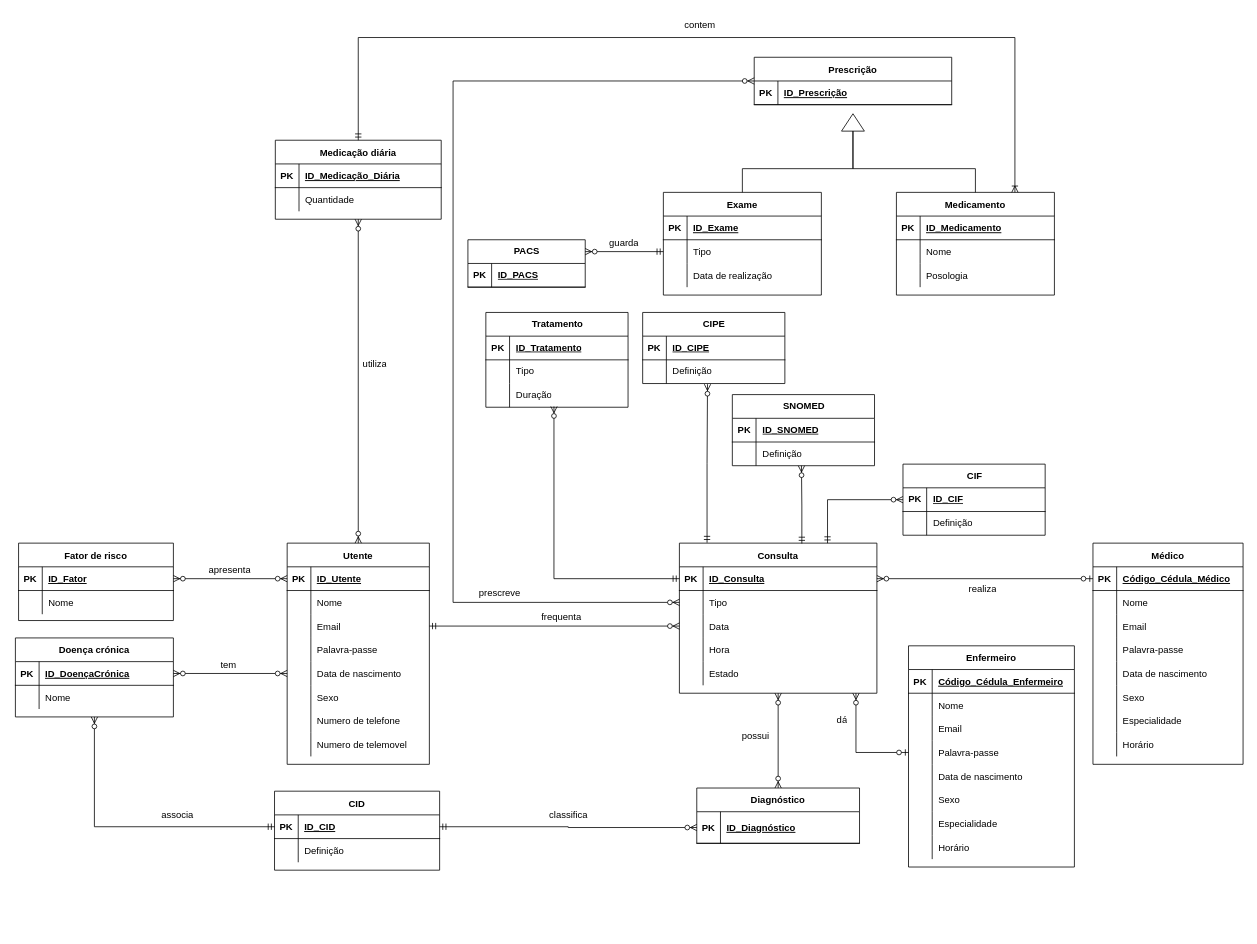
Earlier version of the draw.io diagram Diagramas/ER/informacao_clinica.drawio (xaloftal/RCE). Source tidied: cells renumbered, new cells numbered last; positions are measured from the earlier drawing's top-left corner, leaving out a move shared by most shapes. Both pictures are drawn from the tidied source at 79%, with x=0, y=0 at pixel (15, 13).
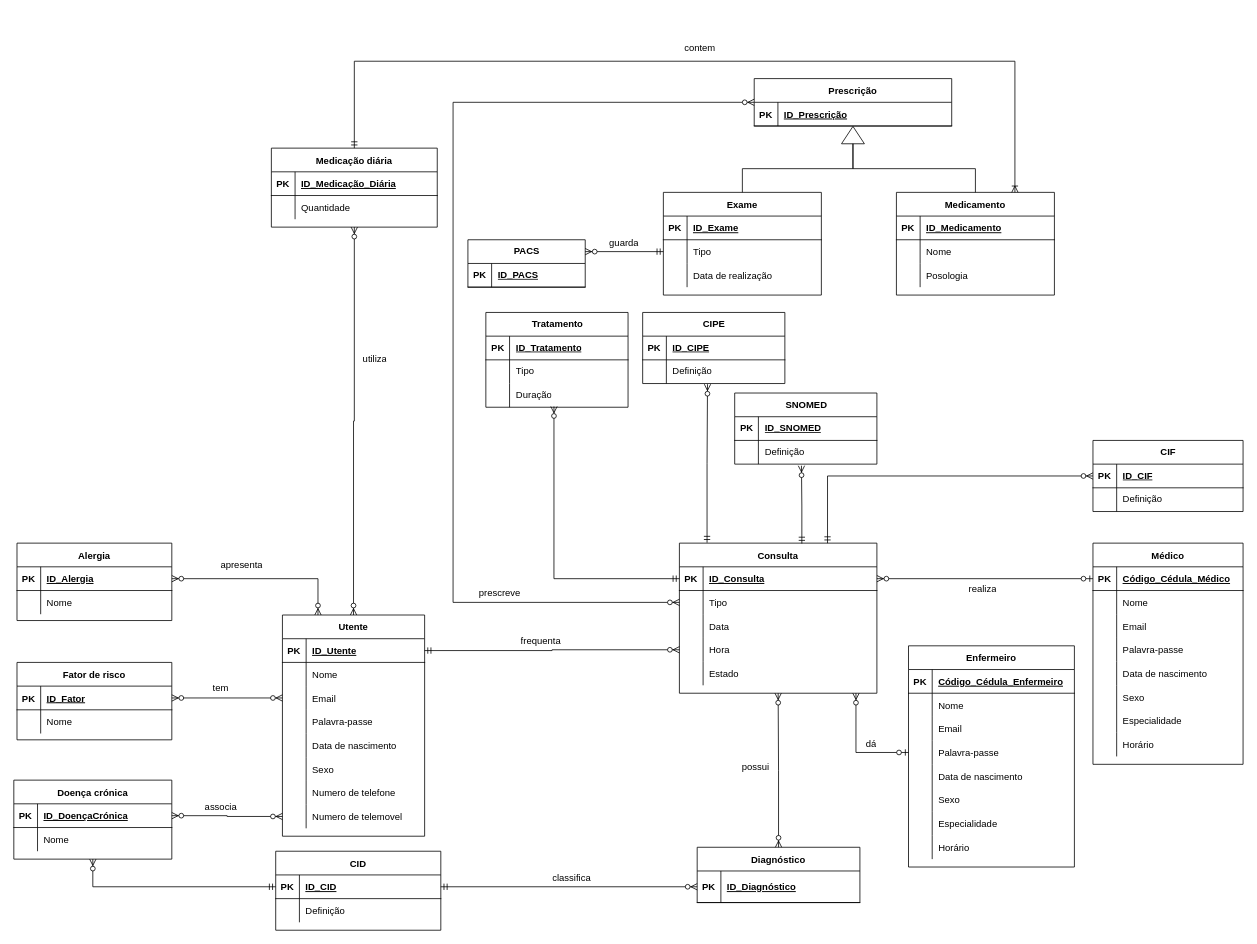
The same page after the edit.

Commit message (it also covers changes not shown here):
diagramas informacao clinica

Unchanged cells that the change refers to:
```xml
<mxCell id="14" style="shape=partialRectangle;fillColor=none;points=[[0,0.5],[1,0.5]];portConstraint=eastwest;top=0;left=0;right=0;bottom=1;" parent="13" vertex="1">
  <mxGeometry y="30" width="200" height="30" as="geometry" />
</mxCell>
<mxCell id="21" style="shape=partialRectangle;fillColor=none;points=[[0,0.5],[1,0.5]];portConstraint=eastwest;top=0;left=0;right=0;bottom=1;" parent="20" vertex="1">
  <mxGeometry y="30" width="180" height="30" as="geometry" />
</mxCell>
<mxCell id="27" style="shape=tableRow;horizontal=0;startSize=0;swimlaneHead=0;swimlaneBody=0;fillColor=none;points=[[0,0.5],[1,0.5]];portConstraint=eastwest;top=0;left=0;right=0;bottom=0;" parent="20" vertex="1">
  <mxGeometry y="90" width="180" height="30" as="geometry" />
</mxCell>
<mxCell id="33" style="shape=tableRow;horizontal=0;startSize=0;swimlaneHead=0;swimlaneBody=0;fillColor=none;points=[[0,0.5],[1,0.5]];portConstraint=eastwest;top=0;left=0;right=0;bottom=0;" parent="20" vertex="1">
  <mxGeometry y="150" width="180" height="30" as="geometry" />
</mxCell>
<mxCell id="42" style="shape=tableRow;horizontal=0;startSize=0;swimlaneHead=0;swimlaneBody=0;fillColor=none;points=[[0,0.5],[1,0.5]];portConstraint=eastwest;top=0;left=0;right=0;bottom=0;" parent="20" vertex="1">
  <mxGeometry y="240" width="180" height="30" as="geometry" />
</mxCell>
<mxCell id="46" style="shape=partialRectangle;fillColor=none;points=[[0,0.5],[1,0.5]];portConstraint=eastwest;top=0;left=0;right=0;bottom=1;" parent="45" vertex="1">
  <mxGeometry y="30" width="196" height="30" as="geometry" />
</mxCell>
<mxCell id="56" style="shape=partialRectangle;fillColor=none;points=[[0,0.5],[1,0.5]];portConstraint=eastwest;top=0;left=0;right=0;bottom=0;" parent="52" vertex="1">
  <mxGeometry y="60" width="250" height="30" as="geometry" />
</mxCell>
<mxCell id="59" style="shape=tableRow;horizontal=0;startSize=0;swimlaneHead=0;swimlaneBody=0;fillColor=none;points=[[0,0.5],[1,0.5]];portConstraint=eastwest;top=0;left=0;right=0;bottom=0;" parent="52" vertex="1">
  <mxGeometry y="90" width="250" height="30" as="geometry" />
</mxCell>
<mxCell id="62" style="shape=tableRow;horizontal=0;startSize=0;swimlaneHead=0;swimlaneBody=0;fillColor=none;points=[[0,0.5],[1,0.5]];portConstraint=eastwest;top=0;left=0;right=0;bottom=0;" parent="52" vertex="1">
  <mxGeometry y="120" width="250" height="30" as="geometry" />
</mxCell>
<mxCell id="69" style="shape=partialRectangle;fillColor=none;points=[[0,0.5],[1,0.5]];portConstraint=eastwest;top=0;left=0;right=0;bottom=1;" parent="68" vertex="1">
  <mxGeometry y="30" width="206" height="40" as="geometry" />
</mxCell>
<mxCell id="72" value="Medicamento" style="shape=table;startSize=30;childLayout=tableLayout;rowLines=0;fontStyle=1;align=center;" parent="1" vertex="1">
  <mxGeometry x="1115.2" y="226" width="200" height="130" as="geometry" />
</mxCell>
<mxCell id="166" style="shape=partialRectangle;fillColor=none;points=[[0,0.5],[1,0.5]];portConstraint=eastwest;top=0;left=0;right=0;bottom=1;" parent="165" vertex="1">
  <mxGeometry y="30" width="209" height="30" as="geometry" />
</mxCell>
```

Change to the diagram source:
```diff
@@
     <mxCell id="2" value="Prescrição" style="shape=table;startSize=30;childLayout=tableLayout;rowLines=0;fontStyle=1;align=center;" parent="1" vertex="1">
-      <mxGeometry x="935.2" y="55" width="250" height="60" as="geometry" />
+      <mxGeometry x="935.2" y="82" width="250" height="60" as="geometry" />
     </mxCell>
@@
     <mxCell id="6" value="Medicação diária" style="shape=table;startSize=30;childLayout=tableLayout;rowLines=0;fontStyle=1;align=center;" parent="1" vertex="1">
-      <mxGeometry x="329" y="160" width="210" height="100" as="geometry" />
+      <mxGeometry x="324" y="170" width="210" height="100" as="geometry" />
     </mxCell>
@@
     <mxCell id="13" value="Doença crónica" style="shape=table;startSize=30;childLayout=tableLayout;rowLines=0;fontStyle=1;align=center;" parent="1" vertex="1">
-      <mxGeometry y="790" width="200" height="100" as="geometry" />
+      <mxGeometry x="-2" y="970" width="200" height="100" as="geometry" />
     </mxCell>
@@
     <mxCell id="20" value="Utente" style="shape=table;startSize=30;childLayout=tableLayout;rowLines=0;fontStyle=1;align=center;" parent="1" vertex="1">
-      <mxGeometry x="344" y="670" width="180" height="280" as="geometry" />
+      <mxGeometry x="338" y="761" width="180" height="280" as="geometry" />
     </mxCell>
@@
     <mxCell id="45" value="Fator de risco" style="shape=table;startSize=30;childLayout=tableLayout;rowLines=0;fontStyle=1;align=center;" parent="1" vertex="1">
-      <mxGeometry x="4" y="670" width="196" height="98" as="geometry" />
+      <mxGeometry x="2" y="821" width="196" height="98" as="geometry" />
     </mxCell>
@@
     <mxCell id="68" value="Diagnóstico" style="shape=table;startSize=30;childLayout=tableLayout;rowLines=0;fontStyle=1;align=center;" parent="1" vertex="1">
-      <mxGeometry x="862.5" y="980" width="206" height="70" as="geometry" />
+      <mxGeometry x="863" y="1055" width="206" height="70" as="geometry" />
     </mxCell>
@@
-    <mxCell id="145" style="edgeStyle=orthogonalEdgeStyle;fontSize=12;html=1;endArrow=ERzeroToMany;startArrow=ERmandOne;rounded=0;exitX=1;exitY=0.5;exitDx=0;exitDy=0;entryX=0;entryY=0.5;entryDx=0;entryDy=0;" parent="1" edge="1" source="27" target="59">
+    <mxCell id="145" style="edgeStyle=orthogonalEdgeStyle;fontSize=12;html=1;endArrow=ERzeroToMany;startArrow=ERmandOne;rounded=0;exitX=1;exitY=0.5;exitDx=0;exitDy=0;entryX=0;entryY=0.5;entryDx=0;entryDy=0;" parent="1" edge="1" source="21" target="62">
       <mxGeometry relative="1" as="geometry" />
     </mxCell>
-    <mxCell id="146" style="edgeStyle=orthogonalEdgeStyle;fontSize=12;html=1;endArrow=ERzeroToMany;endFill=1;startArrow=ERzeroToMany;rounded=0;exitX=1;exitY=0.5;exitDx=0;exitDy=0;entryX=0;entryY=0.5;entryDx=0;entryDy=0;" parent="1" edge="1" source="14" target="33">
+    <mxCell id="146" style="edgeStyle=orthogonalEdgeStyle;fontSize=12;html=1;endArrow=ERzeroToMany;endFill=1;startArrow=ERzeroToMany;rounded=0;exitX=1;exitY=0.5;exitDx=0;exitDy=0;entryX=0;entryY=0.5;entryDx=0;entryDy=0;" parent="1" edge="1" source="14" target="42">
       <mxGeometry relative="1" as="geometry" />
     </mxCell>
-    <mxCell id="147" style="edgeStyle=orthogonalEdgeStyle;fontSize=12;html=1;endArrow=ERzeroToMany;endFill=1;startArrow=ERzeroToMany;rounded=0;entryX=0.5;entryY=1;entryDx=0;entryDy=0;exitX=0.5;exitY=0;exitDx=0;exitDy=0;" parent="1" edge="1" source="20" target="6">
-      <mxGeometry relative="1" as="geometry">
-        <Array as="points">
-          <mxPoint x="434" y="260" />
-        </Array>
-      </mxGeometry>
+    <mxCell id="147" style="edgeStyle=orthogonalEdgeStyle;fontSize=12;html=1;endArrow=ERzeroToMany;endFill=1;startArrow=ERzeroToMany;rounded=0;exitX=0.5;exitY=0;exitDx=0;exitDy=0;entryX=0.5;entryY=1;entryDx=0;entryDy=0;" parent="1" edge="1" source="20" target="6">
+      <mxGeometry relative="1" as="geometry" />
     </mxCell>
-    <mxCell id="148" style="edgeStyle=orthogonalEdgeStyle;fontSize=12;html=1;endArrow=ERzeroToMany;endFill=1;startArrow=ERzeroToMany;rounded=0;exitX=0;exitY=0.5;exitDx=0;exitDy=0;entryX=1;entryY=0.5;entryDx=0;entryDy=0;" parent="1" edge="1" source="21" target="46">
+    <mxCell id="148" style="edgeStyle=orthogonalEdgeStyle;fontSize=12;html=1;endArrow=ERzeroToMany;endFill=1;startArrow=ERzeroToMany;rounded=0;exitX=0;exitY=0.5;exitDx=0;exitDy=0;entryX=1;entryY=0.5;entryDx=0;entryDy=0;" parent="1" edge="1" source="27" target="46">
       <mxGeometry relative="1" as="geometry" />
     </mxCell>
     <mxCell id="149" style="edgeStyle=orthogonalEdgeStyle;fontSize=12;html=1;endArrow=ERzeroToMany;endFill=1;startArrow=ERzeroToMany;rounded=0;exitX=0;exitY=0.5;exitDx=0;exitDy=0;entryX=0;entryY=0.5;entryDx=0;entryDy=0;" parent="1" edge="1" source="56" target="2">
       <mxGeometry relative="1" as="geometry">
         <Array as="points">
           <mxPoint x="554" y="745" />
-          <mxPoint x="554" y="85" />
+          <mxPoint x="554" y="112" />
         </Array>
       </mxGeometry>
     </mxCell>
     <mxCell id="150" style="triangle;whiteSpace=wrap;html=1;rotation=-90;" parent="1" vertex="1">
-      <mxGeometry x="1049.2" y="123" width="22" height="29" as="geometry" />
+      <mxGeometry x="1049.2" y="139" width="22" height="29" as="geometry" />
     </mxCell>
@@
     <mxCell id="153" style="edgeStyle=orthogonalEdgeStyle;fontSize=12;html=1;endArrow=ERoneToMany;startArrow=ERmandOne;rounded=0;exitX=0.5;exitY=0;exitDx=0;exitDy=0;entryX=0.75;entryY=0;entryDx=0;entryDy=0;" parent="1" edge="1" source="6" target="72">
       <mxGeometry relative="1" as="geometry">
         <Array as="points">
-          <mxPoint x="434" y="30" />
-          <mxPoint x="1265" y="30" />
+          <mxPoint x="429" y="60" />
+          <mxPoint x="1265" y="60" />
         </Array>
       </mxGeometry>
     </mxCell>
@@
     <mxCell id="165" value="CID" style="shape=table;startSize=30;childLayout=tableLayout;rowLines=0;fontStyle=1;align=center;" parent="1" vertex="1">
-      <mxGeometry x="328" y="984" width="209" height="100" as="geometry" />
+      <mxGeometry x="329.5" y="1060" width="209" height="100" as="geometry" />
     </mxCell>
@@
     <mxCell id="172" style="edgeStyle=orthogonalEdgeStyle;fontSize=12;html=1;endArrow=ERzeroToMany;startArrow=ERmandOne;rounded=0;entryX=0;entryY=0.5;entryDx=0;entryDy=0;exitX=1;exitY=0.5;exitDx=0;exitDy=0;" parent="1" edge="1" source="166" target="69">
-      <mxGeometry relative="1" as="geometry" />
+      <mxGeometry relative="1" as="geometry">
+        <Array as="points">
+          <mxPoint x="863" y="1105" />
+        </Array>
+      </mxGeometry>
     </mxCell>
@@
     <mxCell id="180" value="SNOMED" style="shape=table;startSize=30;childLayout=tableLayout;rowLines=0;fontStyle=1;align=center;html=1;" parent="1" vertex="1">
-      <mxGeometry x="907.5" y="482" width="180" height="90" as="geometry" />
+      <mxGeometry x="910.5" y="480" width="180" height="90" as="geometry" />
     </mxCell>
@@
     <mxCell id="194" value="CIF" style="shape=table;startSize=30;childLayout=tableLayout;rowLines=0;fontStyle=1;align=center;html=1;" parent="1" vertex="1">
-      <mxGeometry x="1123.5" y="570" width="180" height="90" as="geometry" />
+      <mxGeometry x="1364" y="540" width="190" height="90" as="geometry" />
     </mxCell>
     <mxCell id="195" style="shape=tableRow;horizontal=0;startSize=0;swimlaneHead=0;swimlaneBody=0;fillColor=none;points=[[0,0.5],[1,0.5]];portConstraint=eastwest;top=0;left=0;right=0;bottom=1;" parent="194" vertex="1">
-      <mxGeometry y="30" width="180" height="30" as="geometry" />
+      <mxGeometry y="30" width="190" height="30" as="geometry" />
     </mxCell>
@@
     <mxCell id="197" value="ID_CIF" style="shape=partialRectangle;fillColor=none;top=0;left=0;bottom=0;right=0;align=left;spacingLeft=6;fontStyle=5;overflow=hidden;whiteSpace=wrap;html=1;" parent="195" vertex="1">
-      <mxGeometry x="30" width="150" height="30" as="geometry" />
+      <mxGeometry x="30" width="160" height="30" as="geometry" />
     </mxCell>
     <mxCell id="198" style="shape=tableRow;horizontal=0;startSize=0;swimlaneHead=0;swimlaneBody=0;fillColor=none;top=0;left=0;right=0;bottom=0;" parent="194" vertex="1">
-      <mxGeometry y="60" width="180" height="30" as="geometry" />
+      <mxGeometry y="60" width="190" height="30" as="geometry" />
     </mxCell>
@@
     <mxCell id="200" value="Definição" style="shape=partialRectangle;fillColor=none;top=0;left=0;bottom=0;right=0;align=left;spacingLeft=6;overflow=hidden;whiteSpace=wrap;html=1;" parent="198" vertex="1">
-      <mxGeometry x="30" width="150" height="30" as="geometry" />
+      <mxGeometry x="30" width="160" height="30" as="geometry" />
     </mxCell>
@@
     <mxCell id="202" value="frequenta" style="text;strokeColor=none;fillColor=none;spacingLeft=4;spacingRight=4;overflow=hidden;fontSize=12;whiteSpace=wrap;html=1;" parent="1" vertex="1">
-      <mxGeometry x="659.5" y="750" width="70" height="30" as="geometry" />
+      <mxGeometry x="634" y="780" width="70" height="30" as="geometry" />
     </mxCell>
     <mxCell id="203" value="dá" style="text;strokeColor=none;fillColor=none;spacingLeft=4;spacingRight=4;overflow=hidden;fontSize=12;whiteSpace=wrap;html=1;" parent="1" vertex="1">
-      <mxGeometry x="1034" y="880" width="70" height="30" as="geometry" />
+      <mxGeometry x="1071.2" y="910" width="70" height="30" as="geometry" />
     </mxCell>
     <mxCell id="204" value="possui" style="text;strokeColor=none;fillColor=none;spacingLeft=4;spacingRight=4;overflow=hidden;fontSize=12;whiteSpace=wrap;html=1;" parent="1" vertex="1">
-      <mxGeometry x="914" y="900" width="60" height="30" as="geometry" />
+      <mxGeometry x="914" y="940" width="60" height="30" as="geometry" />
     </mxCell>
     <mxCell id="205" value="contem" style="text;strokeColor=none;fillColor=none;spacingLeft=4;spacingRight=4;overflow=hidden;fontSize=12;whiteSpace=wrap;html=1;" parent="1" vertex="1">
-      <mxGeometry x="840.5" width="60" height="30" as="geometry" />
+      <mxGeometry x="840.5" y="30" width="60" height="30" as="geometry" />
     </mxCell>
     <mxCell id="206" value="utiliza" style="text;strokeColor=none;fillColor=none;spacingLeft=4;spacingRight=4;overflow=hidden;fontSize=12;whiteSpace=wrap;html=1;" parent="1" vertex="1">
-      <mxGeometry x="434" y="430" width="40" height="30" as="geometry" />
+      <mxGeometry x="434" y="423" width="40" height="30" as="geometry" />
     </mxCell>
     <mxCell id="207" value="apresenta" style="text;strokeColor=none;fillColor=none;spacingLeft=4;spacingRight=4;overflow=hidden;fontSize=12;whiteSpace=wrap;html=1;" parent="1" vertex="1">
-      <mxGeometry x="239" y="690" width="70" height="30" as="geometry" />
+      <mxGeometry x="254" y="684" width="70" height="30" as="geometry" />
     </mxCell>
@@
     <mxCell id="210" value="tem" style="text;strokeColor=none;fillColor=none;spacingLeft=4;spacingRight=4;overflow=hidden;fontSize=12;whiteSpace=wrap;html=1;" parent="1" vertex="1">
-      <mxGeometry x="254" y="810" width="40" height="30" as="geometry" />
+      <mxGeometry x="244" y="840" width="40" height="30" as="geometry" />
     </mxCell>
@@
     <mxCell id="212" value="classifica" style="text;strokeColor=none;fillColor=none;spacingLeft=4;spacingRight=4;overflow=hidden;fontSize=12;whiteSpace=wrap;html=1;" parent="1" vertex="1">
-      <mxGeometry x="669.5" y="1000" width="60" height="30" as="geometry" />
+      <mxGeometry x="674" y="1080" width="60" height="30" as="geometry" />
     </mxCell>
@@
     <mxCell id="214" value="associa" style="text;strokeColor=none;fillColor=none;spacingLeft=4;spacingRight=4;overflow=hidden;fontSize=12;whiteSpace=wrap;html=1;" parent="1" vertex="1">
-      <mxGeometry x="179" y="1000" width="60" height="30" as="geometry" />
+      <mxGeometry x="234" y="990" width="60" height="30" as="geometry" />
     </mxCell>
+    <mxCell id="215" value="Alergia" style="shape=table;startSize=30;childLayout=tableLayout;rowLines=0;fontStyle=1;align=center;" parent="1" vertex="1">
+      <mxGeometry x="2" y="670" width="196" height="98" as="geometry" />
+    </mxCell>
+    <mxCell id="216" style="shape=partialRectangle;fillColor=none;points=[[0,0.5],[1,0.5]];portConstraint=eastwest;top=0;left=0;right=0;bottom=1;" parent="215" vertex="1">
+      <mxGeometry y="30" width="196" height="30" as="geometry" />
+    </mxCell>
+    <mxCell id="217" value="PK" style="shape=partialRectangle;overflow=hidden;fillColor=none;top=0;left=0;bottom=0;right=0;fontStyle=1;" parent="216" vertex="1">
+      <mxGeometry width="30" height="30" as="geometry" />
+    </mxCell>
+    <mxCell id="218" value="ID_Alergia" style="shape=partialRectangle;overflow=hidden;fillColor=none;top=0;left=0;bottom=0;right=0;align=left;spacingLeft=6;fontStyle=5;" parent="216" vertex="1">
+      <mxGeometry x="30" width="166" height="30" as="geometry" />
+    </mxCell>
+    <mxCell id="219" style="shape=partialRectangle;fillColor=none;top=0;left=0;right=0;bottom=0;" parent="215" vertex="1">
+      <mxGeometry y="60" width="196" height="30" as="geometry" />
+    </mxCell>
+    <mxCell id="220" style="shape=partialRectangle;overflow=hidden;fillColor=none;top=0;left=0;bottom=0;right=0;" parent="219" vertex="1">
+      <mxGeometry width="30" height="30" as="geometry" />
+    </mxCell>
+    <mxCell id="221" value="Nome" style="shape=partialRectangle;overflow=hidden;fillColor=none;top=0;left=0;bottom=0;right=0;align=left;spacingLeft=6;" parent="219" vertex="1">
+      <mxGeometry x="30" width="166" height="30" as="geometry" />
+    </mxCell>
+    <mxCell id="222" style="edgeStyle=orthogonalEdgeStyle;fontSize=12;html=1;endArrow=ERzeroToMany;endFill=1;startArrow=ERzeroToMany;rounded=0;exitX=0.25;exitY=0;exitDx=0;exitDy=0;entryX=1;entryY=0.5;entryDx=0;entryDy=0;" parent="1" edge="1" source="20" target="216">
+      <mxGeometry relative="1" as="geometry" />
+    </mxCell>
```
